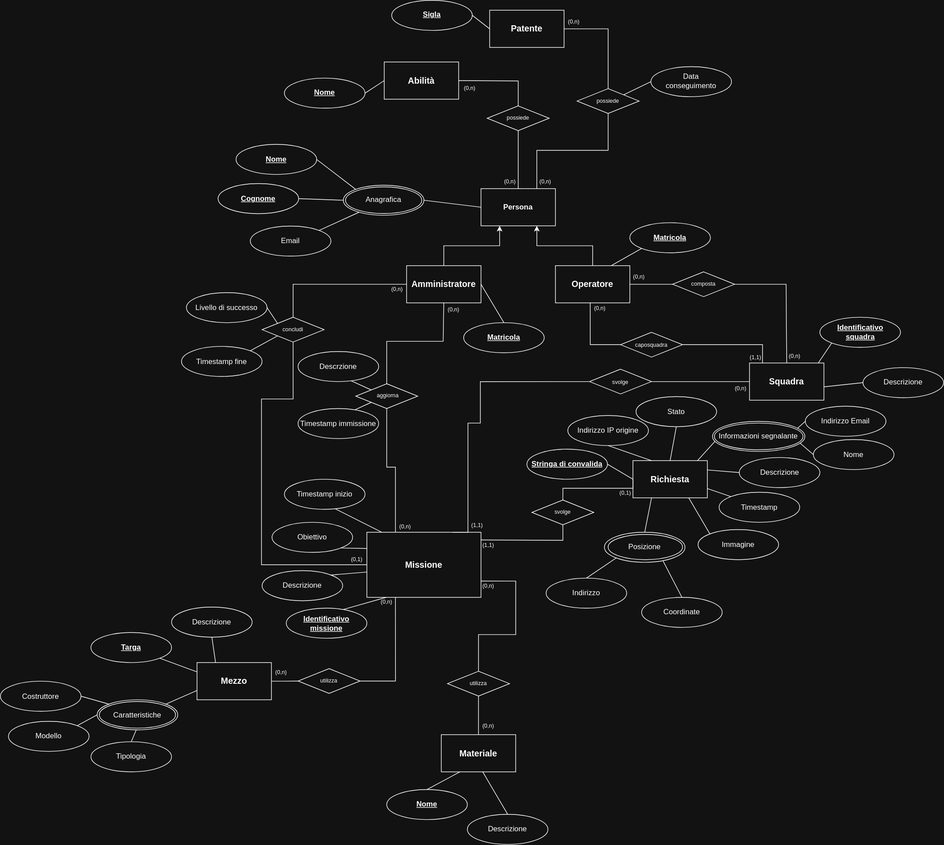
Earlier version of the draw.io export soccorso/ER/ER_soccorso.svg (ScappaMarco/Soccorso). Source tidied: cells renumbered, new cells last; positions are measured from the earlier drawing's top-left corner, leaving out a move shared by most shapes.
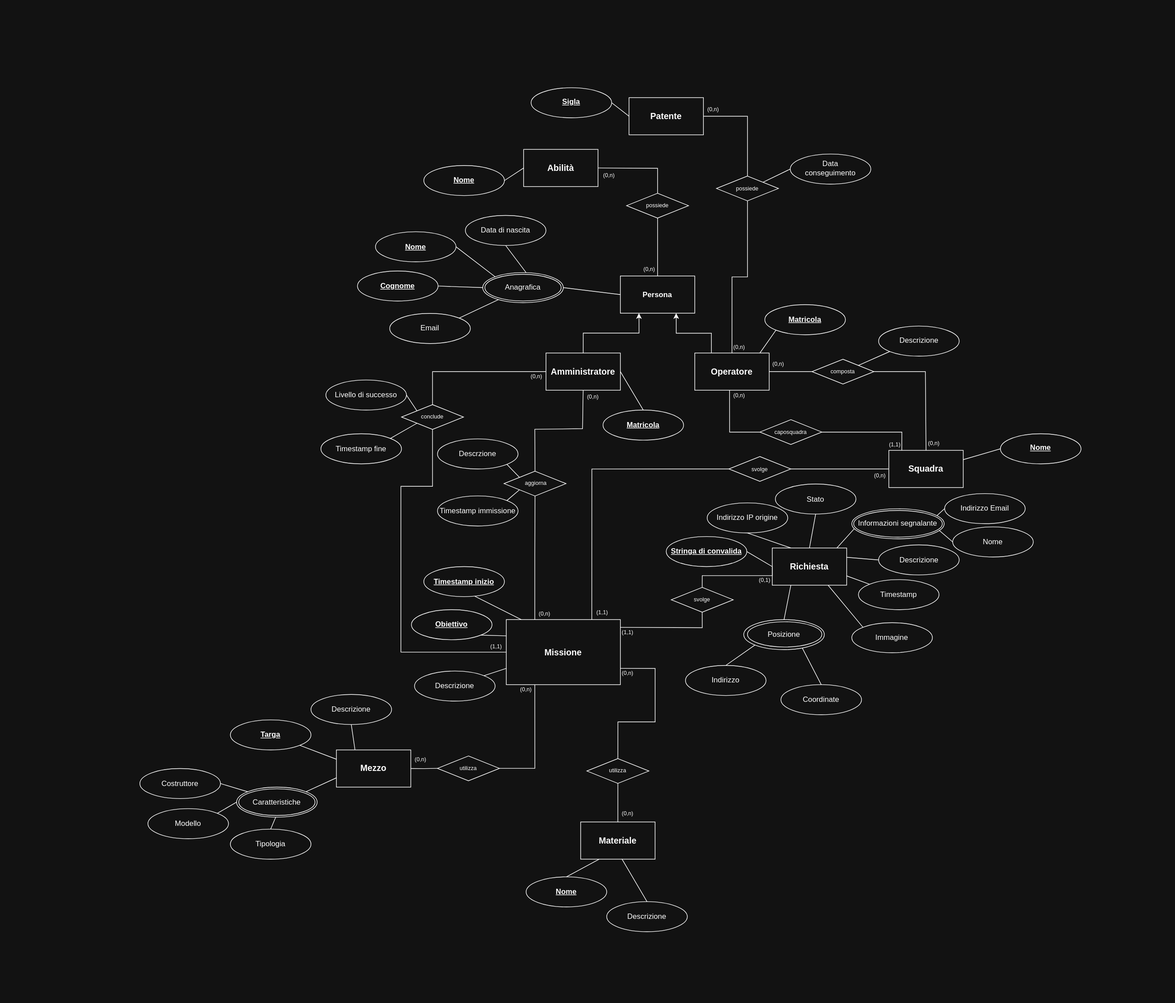
After the commit.

What changed in the source:
```diff
@@ -14,8 +14,13 @@
     <mxCell id="5" style="endArrow=classic;html=1;rounded=0;exitX=0.5;exitY=0;exitDx=0;exitDy=0;entryX=0.25;entryY=1;entryDx=0;entryDy=0;edgeStyle=orthogonalEdgeStyle;" parent="1" edge="1" source="3" target="2">
       <mxGeometry relative="1" as="geometry" />
     </mxCell>
-    <mxCell id="6" style="endArrow=classic;html=1;rounded=0;entryX=0.75;entryY=1;entryDx=0;entryDy=0;exitX=0.5;exitY=0;exitDx=0;exitDy=0;edgeStyle=orthogonalEdgeStyle;" parent="1" edge="1" source="4" target="2">
-      <mxGeometry relative="1" as="geometry" />
+    <mxCell id="6" style="endArrow=classic;html=1;rounded=0;entryX=0.75;entryY=1;entryDx=0;entryDy=0;exitX=0.224;exitY=-0.006;exitDx=0;exitDy=0;edgeStyle=orthogonalEdgeStyle;exitPerimeter=0;" parent="1" edge="1" source="4" target="2">
+      <mxGeometry relative="1" as="geometry">
+        <Array as="points">
+          <mxPoint x="922" y="396" />
+          <mxPoint x="865" y="396" />
+        </Array>
+      </mxGeometry>
     </mxCell>
     <mxCell id="7" value="&lt;font style=&quot;font-size: 14px;&quot;&gt;&lt;b&gt;Squadra&lt;/b&gt;&lt;/font&gt;" style="rounded=0;whiteSpace=wrap;html=1;" parent="1" vertex="1">
       <mxGeometry x="1208" y="585" width="120" height="60" as="geometry" />
@@ -110,13 +115,8 @@
     <mxCell id="35" value="&lt;font style=&quot;font-size: 9px;&quot;&gt;possiede&lt;/font&gt;" style="text;html=1;align=center;verticalAlign=middle;whiteSpace=wrap;rounded=0;" parent="1" vertex="1">
       <mxGeometry x="950" y="146.5" width="60" height="30" as="geometry" />
     </mxCell>
-    <mxCell id="36" style="endArrow=none;html=1;rounded=0;exitX=0.75;exitY=0;exitDx=0;exitDy=0;entryX=0.5;entryY=1;entryDx=0;entryDy=0;" parent="1" edge="1" source="2" target="34">
-      <mxGeometry relative="1" as="geometry">
-        <Array as="points">
-          <mxPoint x="865" y="242" />
-          <mxPoint x="980" y="242" />
-        </Array>
-      </mxGeometry>
+    <mxCell id="36" style="endArrow=none;html=1;rounded=0;exitX=0.5;exitY=0;exitDx=0;exitDy=0;entryX=0.5;entryY=1;entryDx=0;entryDy=0;edgeStyle=orthogonalEdgeStyle;" parent="1" edge="1" source="4" target="34">
+      <mxGeometry relative="1" as="geometry" />
     </mxCell>
     <mxCell id="37" style="endArrow=none;html=1;rounded=0;entryX=1;entryY=0.5;entryDx=0;entryDy=0;exitX=0.5;exitY=0;exitDx=0;exitDy=0;" parent="1" edge="1" source="34" target="30">
       <mxGeometry relative="1" as="geometry">
@@ -129,7 +129,7 @@
       <mxGeometry x="895" y="18.5" width="60" height="30" as="geometry" />
     </mxCell>
     <mxCell id="39" value="&lt;font style=&quot;font-size: 9px;&quot;&gt;(0,n)&lt;/font&gt;" style="text;html=1;align=center;verticalAlign=middle;whiteSpace=wrap;rounded=0;" parent="1" vertex="1">
-      <mxGeometry x="849" y="276.5" width="60" height="30" as="geometry" />
+      <mxGeometry x="937" y="403" width="60" height="30" as="geometry" />
     </mxCell>
     <mxCell id="40" style="ellipse;whiteSpace=wrap;html=1;rounded=0;" parent="1" vertex="1">
       <mxGeometry x="1049" y="107" width="130" height="48.5" as="geometry" />
@@ -178,15 +178,15 @@
       <mxGeometry x="591" y="858" width="184" height="105" as="geometry" />
     </mxCell>
     <mxCell id="54" style="rhombus;whiteSpace=wrap;html=1;rounded=0;" parent="1" vertex="1">
-      <mxGeometry x="573" y="618.5" width="100" height="40" as="geometry" />
+      <mxGeometry x="587.3" y="618.6" width="100" height="40" as="geometry" />
     </mxCell>
     <mxCell id="55" value="&lt;font style=&quot;font-size: 9px;&quot;&gt;aggiorna&lt;/font&gt;" style="text;html=1;align=center;verticalAlign=middle;whiteSpace=wrap;rounded=0;" parent="1" vertex="1">
-      <mxGeometry x="595" y="621.5" width="60" height="30" as="geometry" />
+      <mxGeometry x="609.3" y="621.6" width="60" height="30" as="geometry" />
     </mxCell>
     <mxCell id="56" style="endArrow=none;html=1;rounded=0;entryX=0.5;entryY=1;entryDx=0;entryDy=0;exitX=0.5;exitY=0;exitDx=0;exitDy=0;" parent="1" edge="1" source="54" target="3">
       <mxGeometry relative="1" as="geometry">
         <Array as="points">
-          <mxPoint x="623" y="550" />
+          <mxPoint x="637" y="551" />
           <mxPoint x="714" y="550" />
         </Array>
       </mxGeometry>
@@ -195,7 +195,6 @@
       <mxGeometry relative="1" as="geometry">
         <Array as="points">
           <mxPoint x="637" y="753" />
-          <mxPoint x="623" y="753" />
         </Array>
       </mxGeometry>
     </mxCell>
@@ -208,7 +207,7 @@
     <mxCell id="60" style="rhombus;whiteSpace=wrap;html=1;rounded=0;" parent="1" vertex="1">
       <mxGeometry x="422" y="511.2" width="100" height="40" as="geometry" />
     </mxCell>
-    <mxCell id="61" value="&lt;font style=&quot;font-size: 9px;&quot;&gt;concludi&lt;/font&gt;" style="text;html=1;align=center;verticalAlign=middle;whiteSpace=wrap;rounded=0;" parent="1" vertex="1">
+    <mxCell id="61" value="&lt;font style=&quot;font-size: 9px;&quot;&gt;conclude&lt;/font&gt;" style="text;html=1;align=center;verticalAlign=middle;whiteSpace=wrap;rounded=0;" parent="1" vertex="1">
       <mxGeometry x="442" y="514.5" width="60" height="30" as="geometry" />
     </mxCell>
     <mxCell id="62" style="endArrow=none;html=1;rounded=0;exitX=0.5;exitY=0;exitDx=0;exitDy=0;entryX=0;entryY=0.5;entryDx=0;entryDy=0;" parent="1" edge="1" source="60" target="3">
@@ -230,7 +229,7 @@
     <mxCell id="64" value="&lt;font style=&quot;font-size: 9px;&quot;&gt;(0,n)&lt;/font&gt;" style="text;html=1;align=center;verticalAlign=middle;whiteSpace=wrap;rounded=0;" parent="1" vertex="1">
       <mxGeometry x="610" y="450" width="60" height="30" as="geometry" />
     </mxCell>
-    <mxCell id="65" value="&lt;font style=&quot;font-size: 9px;&quot;&gt;(0,1)&lt;/font&gt;" style="text;html=1;align=center;verticalAlign=middle;whiteSpace=wrap;rounded=0;" parent="1" vertex="1">
+    <mxCell id="65" value="&lt;font style=&quot;font-size: 9px;&quot;&gt;(1,1)&lt;/font&gt;" style="text;html=1;align=center;verticalAlign=middle;whiteSpace=wrap;rounded=0;" parent="1" vertex="1">
       <mxGeometry x="545" y="886" width="60" height="30" as="geometry" />
     </mxCell>
     <mxCell id="66" value="Descrzione" style="ellipse;whiteSpace=wrap;html=1;rounded=0;" parent="1" vertex="1">
@@ -239,10 +238,10 @@
     <mxCell id="67" value="Timestamp immissione" style="ellipse;whiteSpace=wrap;html=1;rounded=0;" parent="1" vertex="1">
       <mxGeometry x="480" y="658.5" width="130" height="48.5" as="geometry" />
     </mxCell>
-    <mxCell id="68" style="endArrow=none;html=1;rounded=0;entryX=0.659;entryY=0.973;entryDx=0;entryDy=0;exitX=0;exitY=0;exitDx=0;exitDy=0;entryPerimeter=0;" parent="1" edge="1" source="54" target="66">
+    <mxCell id="68" style="endArrow=none;html=1;rounded=0;entryX=1;entryY=1;entryDx=0;entryDy=0;exitX=0;exitY=0;exitDx=0;exitDy=0;" parent="1" edge="1" source="54" target="66">
       <mxGeometry relative="1" as="geometry" />
     </mxCell>
-    <mxCell id="69" style="endArrow=none;html=1;rounded=0;exitX=0;exitY=1;exitDx=0;exitDy=0;entryX=0.711;entryY=0.034;entryDx=0;entryDy=0;entryPerimeter=0;" parent="1" edge="1" source="54" target="67">
+    <mxCell id="69" style="endArrow=none;html=1;rounded=0;exitX=0;exitY=1;exitDx=0;exitDy=0;entryX=1;entryY=0;entryDx=0;entryDy=0;" parent="1" edge="1" source="54" target="67">
       <mxGeometry relative="1" as="geometry" />
     </mxCell>
     <mxCell id="70" value="Livello di successo" style="ellipse;whiteSpace=wrap;html=1;rounded=0;" parent="1" vertex="1">
@@ -334,9 +333,9 @@
       <mxGeometry relative="1" as="geometry" />
     </mxCell>
     <mxCell id="97" value="Descrizione" style="ellipse;whiteSpace=wrap;html=1;rounded=0;" parent="1" vertex="1">
-      <mxGeometry x="422" y="920" width="130" height="48.5" as="geometry" />
+      <mxGeometry x="443" y="941" width="130" height="48.5" as="geometry" />
     </mxCell>
-    <mxCell id="98" style="endArrow=none;html=1;rounded=0;entryX=0;entryY=0.611;entryDx=0;entryDy=0;exitX=1;exitY=0;exitDx=0;exitDy=0;entryPerimeter=0;" parent="1" edge="1" source="97" target="53">
+    <mxCell id="98" style="endArrow=none;html=1;rounded=0;entryX=0;entryY=0.75;entryDx=0;entryDy=0;exitX=1;exitY=0;exitDx=0;exitDy=0;" parent="1" edge="1" source="97" target="53">
       <mxGeometry relative="1" as="geometry" />
     </mxCell>
     <mxCell id="99" value="Timestamp" style="ellipse;whiteSpace=wrap;html=1;rounded=0;" parent="1" vertex="1">
@@ -345,24 +344,18 @@
     <mxCell id="100" style="endArrow=none;html=1;rounded=0;exitX=1;exitY=0.75;exitDx=0;exitDy=0;entryX=0;entryY=0;entryDx=0;entryDy=0;" parent="1" edge="1" source="74" target="99">
       <mxGeometry relative="1" as="geometry" />
     </mxCell>
-    <mxCell id="101" value="Timestamp inizio" style="ellipse;whiteSpace=wrap;html=1;rounded=0;" parent="1" vertex="1">
+    <mxCell id="101" value="&lt;u&gt;&lt;b&gt;Timestamp inizio&lt;/b&gt;&lt;/u&gt;" style="ellipse;whiteSpace=wrap;html=1;rounded=0;" parent="1" vertex="1">
       <mxGeometry x="458" y="772.5" width="130" height="48.5" as="geometry" />
     </mxCell>
     <mxCell id="102" style="endArrow=none;html=1;rounded=0;entryX=0.632;entryY=0.985;entryDx=0;entryDy=0;exitX=0.131;exitY=0;exitDx=0;exitDy=0;exitPerimeter=0;entryPerimeter=0;" parent="1" edge="1" source="53" target="101">
       <mxGeometry relative="1" as="geometry" />
     </mxCell>
-    <mxCell id="103" value="Obiettivo" style="ellipse;whiteSpace=wrap;html=1;rounded=0;" parent="1" vertex="1">
+    <mxCell id="103" value="&lt;u&gt;&lt;b&gt;Obiettivo&lt;/b&gt;&lt;/u&gt;" style="ellipse;whiteSpace=wrap;html=1;rounded=0;" parent="1" vertex="1">
       <mxGeometry x="438" y="842" width="130" height="48.5" as="geometry" />
     </mxCell>
     <mxCell id="104" style="endArrow=none;html=1;rounded=0;entryX=1;entryY=1;entryDx=0;entryDy=0;exitX=0;exitY=0.25;exitDx=0;exitDy=0;" parent="1" edge="1" source="53" target="103">
       <mxGeometry relative="1" as="geometry" />
     </mxCell>
-    <mxCell id="105" value="&lt;b&gt;&lt;u&gt;Identificativo missione&lt;/u&gt;&lt;/b&gt;" style="ellipse;whiteSpace=wrap;html=1;rounded=0;" parent="1" vertex="1">
-      <mxGeometry x="461" y="980.5" width="130" height="48.5" as="geometry" />
-    </mxCell>
-    <mxCell id="106" style="endArrow=none;html=1;rounded=0;entryX=0.17;entryY=1;entryDx=0;entryDy=0;exitX=0.708;exitY=0.043;exitDx=0;exitDy=0;entryPerimeter=0;exitPerimeter=0;" parent="1" edge="1" source="105" target="53">
-      <mxGeometry relative="1" as="geometry" />
-    </mxCell>
     <mxCell id="107" style="endArrow=none;html=1;rounded=0;edgeStyle=orthogonalEdgeStyle;exitX=1;exitY=0.5;exitDx=0;exitDy=0;entryX=0.175;entryY=-0.003;entryDx=0;entryDy=0;entryPerimeter=0;" parent="1" edge="1" source="49" target="7">
       <mxGeometry relative="1" as="geometry" />
     </mxCell>
@@ -378,10 +371,7 @@
     <mxCell id="111" style="endArrow=none;html=1;rounded=0;edgeStyle=orthogonalEdgeStyle;exitX=0.75;exitY=0;exitDx=0;exitDy=0;entryX=0;entryY=0.5;entryDx=0;entryDy=0;" parent="1" edge="1" source="53" target="109">
       <mxGeometry relative="1" as="geometry">
         <Array as="points">
-          <mxPoint x="754" y="858" />
-          <mxPoint x="754" y="682" />
-          <mxPoint x="774" y="682" />
-          <mxPoint x="774" y="615" />
+          <mxPoint x="729" y="615" />
         </Array>
       </mxGeometry>
     </mxCell>
@@ -392,7 +382,7 @@
       <mxGeometry x="1164" y="610" width="60" height="30" as="geometry" />
     </mxCell>
     <mxCell id="114" value="&lt;font style=&quot;font-size: 9px;&quot;&gt;(1,1)&lt;/font&gt;" style="text;html=1;align=center;verticalAlign=middle;whiteSpace=wrap;rounded=0;" parent="1" vertex="1">
-      <mxGeometry x="739" y="830.5" width="60" height="30" as="geometry" />
+      <mxGeometry x="715.5" y="831.5" width="60" height="30" as="geometry" />
     </mxCell>
     <mxCell id="115" value="&lt;font style=&quot;font-size: 14px;&quot;&gt;&lt;b&gt;Mezzo&lt;/b&gt;&lt;/font&gt;" style="rounded=0;whiteSpace=wrap;html=1;" parent="1" vertex="1">
       <mxGeometry x="317" y="1068.2" width="120" height="60" as="geometry" />
@@ -495,36 +485,25 @@
     <mxCell id="145" style="endArrow=none;html=1;rounded=0;entryX=1;entryY=0.5;entryDx=0;entryDy=0;exitX=0;exitY=0;exitDx=0;exitDy=0;" parent="1" edge="1" source="135" target="140">
       <mxGeometry relative="1" as="geometry" />
     </mxCell>
-    <mxCell id="146" style="ellipse;whiteSpace=wrap;html=1;rounded=0;" parent="1" vertex="1">
-      <mxGeometry x="1321.5" y="511.2" width="130" height="48.5" as="geometry" />
-    </mxCell>
-    <mxCell id="147" value="&lt;b&gt;&lt;u&gt;Identificativo squadra&lt;/u&gt;&lt;/b&gt;" style="text;html=1;align=center;verticalAlign=middle;whiteSpace=wrap;rounded=0;" parent="1" vertex="1">
-      <mxGeometry x="1341.5" y="519.5" width="90" height="30" as="geometry" />
-    </mxCell>
     <mxCell id="148" style="ellipse;whiteSpace=wrap;html=1;rounded=0;" parent="1" vertex="1">
-      <mxGeometry x="1391" y="592.5" width="130" height="48.5" as="geometry" />
+      <mxGeometry x="1388" y="558.2" width="130" height="48.5" as="geometry" />
     </mxCell>
-    <mxCell id="149" value="Descrizione" style="text;html=1;align=center;verticalAlign=middle;whiteSpace=wrap;rounded=0;" parent="1" vertex="1">
-      <mxGeometry x="1411" y="600.8" width="90" height="30" as="geometry" />
+    <mxCell id="149" value="&lt;u&gt;&lt;b&gt;Nome&lt;/b&gt;&lt;/u&gt;" style="text;html=1;align=center;verticalAlign=middle;whiteSpace=wrap;rounded=0;" parent="1" vertex="1">
+      <mxGeometry x="1408" y="566.5" width="90" height="30" as="geometry" />
     </mxCell>
-    <mxCell id="150" style="endArrow=none;html=1;rounded=0;exitX=0.924;exitY=0.017;exitDx=0;exitDy=0;exitPerimeter=0;entryX=0;entryY=1;entryDx=0;entryDy=0;" parent="1" edge="1" target="146">
-      <mxGeometry relative="1" as="geometry">
-        <mxPoint x="1318.9" y="585" as="sourcePoint" />
-      </mxGeometry>
-    </mxCell>
-    <mxCell id="151" style="endArrow=none;html=1;rounded=0;entryX=0;entryY=0.5;entryDx=0;entryDy=0;exitX=1;exitY=0.5;exitDx=0;exitDy=0;" parent="1" edge="1" target="148">
-      <mxGeometry relative="1" as="geometry">
-        <mxPoint x="1328" y="623.5" as="sourcePoint" />
-      </mxGeometry>
+    <mxCell id="151" style="endArrow=none;html=1;rounded=0;entryX=0;entryY=0.5;entryDx=0;entryDy=0;exitX=1;exitY=0.25;exitDx=0;exitDy=0;" parent="1" edge="1" source="7" target="148">
+      <mxGeometry relative="1" as="geometry" />
     </mxCell>
     <mxCell id="152" value="&lt;u&gt;&lt;b&gt;Matricola&lt;/b&gt;&lt;/u&gt;" style="ellipse;whiteSpace=wrap;html=1;rounded=0;" parent="1" vertex="1">
-      <mxGeometry x="1015" y="358.8" width="130" height="48.5" as="geometry" />
+      <mxGeometry x="1008" y="350" width="130" height="48.5" as="geometry" />
     </mxCell>
-    <mxCell id="153" style="endArrow=none;html=1;rounded=0;entryX=0;entryY=1;entryDx=0;entryDy=0;exitX=0.75;exitY=0;exitDx=0;exitDy=0;" parent="1" edge="1" source="4" target="152">
-      <mxGeometry relative="1" as="geometry" />
+    <mxCell id="153" style="endArrow=none;html=1;rounded=0;entryX=0;entryY=1;entryDx=0;entryDy=0;" parent="1" edge="1" target="152">
+      <mxGeometry relative="1" as="geometry">
+        <mxPoint x="1000" y="428" as="sourcePoint" />
+      </mxGeometry>
     </mxCell>
     <mxCell id="154" value="Immagine" style="ellipse;whiteSpace=wrap;html=1;rounded=0;" parent="1" vertex="1">
-      <mxGeometry x="1125" y="853.8" width="130" height="48.5" as="geometry" />
+      <mxGeometry x="1148.3" y="863" width="130" height="48.5" as="geometry" />
     </mxCell>
     <mxCell id="155" style="endArrow=none;html=1;rounded=0;entryX=0.75;entryY=1;entryDx=0;entryDy=0;exitX=0;exitY=0;exitDx=0;exitDy=0;" parent="1" edge="1" source="154" target="74">
       <mxGeometry relative="1" as="geometry" />
@@ -550,5 +529,34 @@
     <mxCell id="162" style="endArrow=none;html=1;rounded=0;entryX=0.727;entryY=0.95;entryDx=0;entryDy=0;entryPerimeter=0;exitX=0.5;exitY=0;exitDx=0;exitDy=0;" parent="1" edge="1" source="160" target="156">
       <mxGeometry relative="1" as="geometry" />
     </mxCell>
+    <mxCell id="163" value="&amp;nbsp;" style="text;whiteSpace=wrap;html=1;" parent="1" vertex="1">
+      <mxGeometry x="-225" y="588.2" width="31" height="36" as="geometry" />
+    </mxCell>
+    <mxCell id="164" value="&amp;nbsp;" style="text;whiteSpace=wrap;html=1;" parent="1" vertex="1">
+      <mxGeometry x="683" y="1440" width="31" height="36" as="geometry" />
+    </mxCell>
+    <mxCell id="165" value="&amp;nbsp;" style="text;whiteSpace=wrap;html=1;" parent="1" vertex="1">
+      <mxGeometry x="1638" y="624.2" width="31" height="36" as="geometry" />
+    </mxCell>
+    <mxCell id="166" value="&amp;nbsp;" style="text;whiteSpace=wrap;html=1;" parent="1" vertex="1">
+      <mxGeometry x="730" y="-141" width="31" height="36" as="geometry" />
+    </mxCell>
+    <mxCell id="167" style="ellipse;whiteSpace=wrap;html=1;rounded=0;" parent="1" vertex="1">
+      <mxGeometry x="1191.5" y="384.5" width="130" height="48.5" as="geometry" />
+    </mxCell>
+    <mxCell id="168" value="Descrizione" style="text;html=1;align=center;verticalAlign=middle;whiteSpace=wrap;rounded=0;" parent="1" vertex="1">
+      <mxGeometry x="1211.5" y="392.8" width="90" height="30" as="geometry" />
+    </mxCell>
+    <mxCell id="169" style="endArrow=none;html=1;rounded=0;entryX=0;entryY=1;entryDx=0;entryDy=0;exitX=1;exitY=0;exitDx=0;exitDy=0;" parent="1" edge="1" source="43" target="167">
+      <mxGeometry relative="1" as="geometry" />
+    </mxCell>
+    <mxCell id="170" value="Data di nascita" style="ellipse;whiteSpace=wrap;html=1;rounded=0;" parent="1" vertex="1">
+      <mxGeometry x="525" y="206" width="130" height="48.5" as="geometry" />
+    </mxCell>
+    <mxCell id="171" style="endArrow=none;html=1;rounded=0;exitX=0.5;exitY=1;exitDx=0;exitDy=0;" parent="1" edge="1" source="170">
+      <mxGeometry relative="1" as="geometry">
+        <mxPoint x="623" y="298.2" as="targetPoint" />
+      </mxGeometry>
+    </mxCell>
   </root>
 </mxGraphModel>
```
